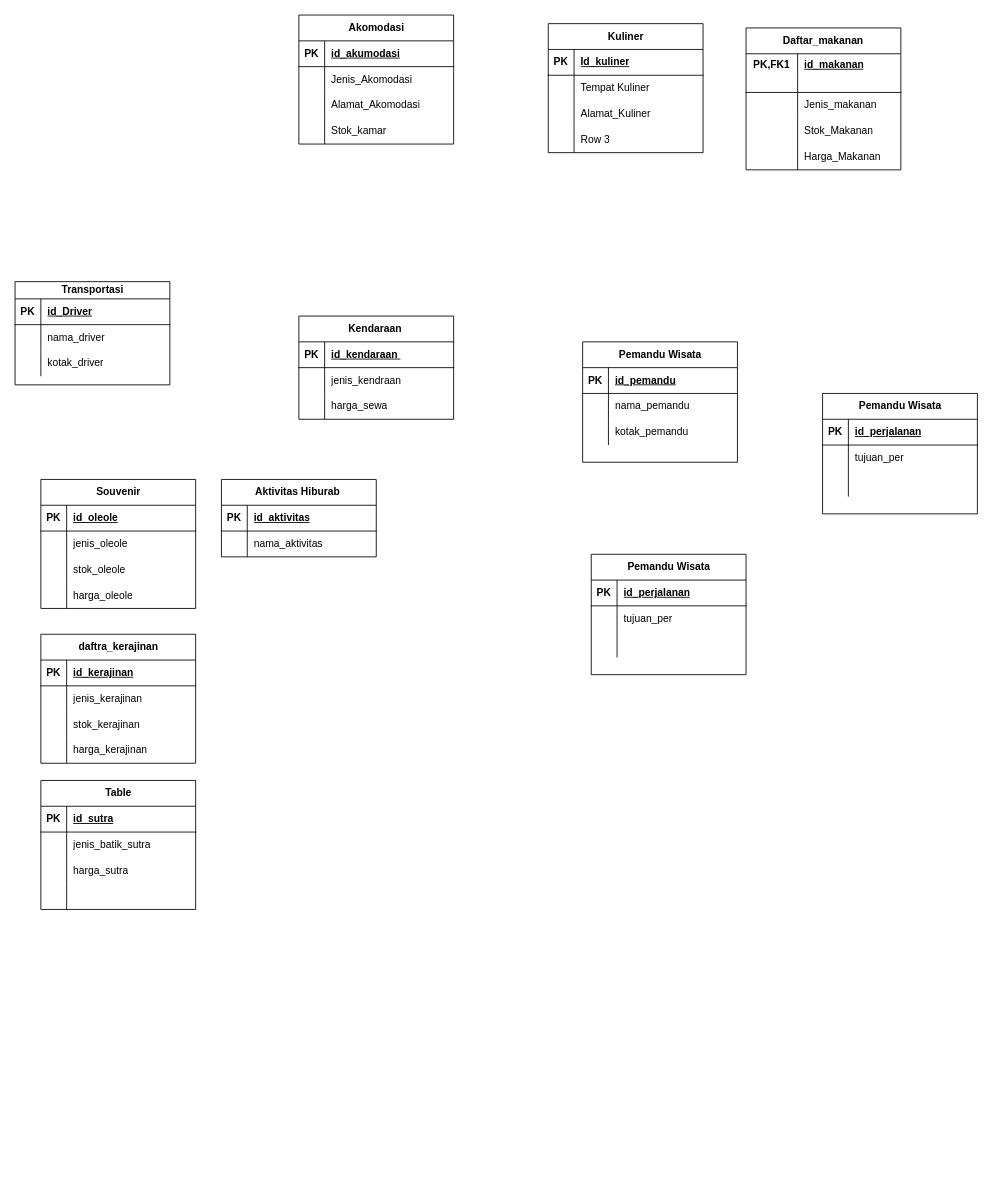
This is Diagram Tanpa Judul.drawio from NayaRPL/78, a draw.io file, before an edit. Source tidied: cells renumbered, new cells numbered last; positions are measured from the earlier drawing's top-left corner, leaving out a move shared by most shapes. Both pictures are drawn from the tidied source at 86%, with x=0, y=0 at pixel (15, 15).
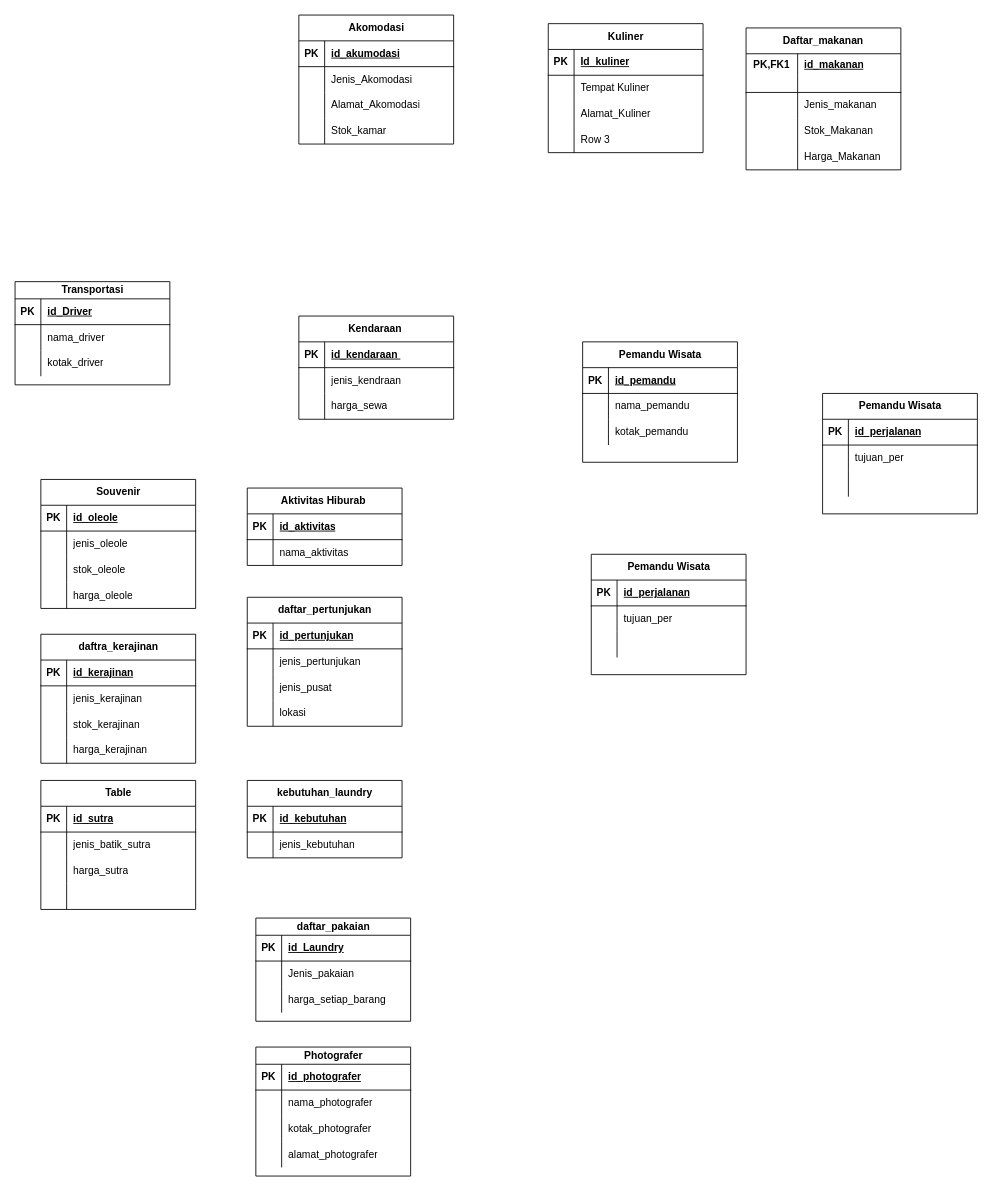
Above is the later version.

The edit, as a diff of the source:
```diff
@@
     <mxCell id="133" value="Aktivitas Hiburab&amp;nbsp;" style="shape=table;startSize=30;childLayout=tableLayout;rowLines=0;fontStyle=1;align=center;html=1;" parent="1" vertex="1">
-      <mxGeometry x="240" y="540" width="180" height="90" as="geometry" />
+      <mxGeometry x="270" y="550" width="180" height="90" as="geometry" />
     </mxCell>
@@
+    <mxCell id="140" value="daftar_pertunjukan" style="shape=table;startSize=30;childLayout=tableLayout;rowLines=0;fontStyle=1;align=center;html=1;" parent="1" vertex="1">
+      <mxGeometry x="270" y="677" width="180" height="150" as="geometry" />
+    </mxCell>
+    <mxCell id="141" style="shape=tableRow;horizontal=0;startSize=0;swimlaneHead=0;swimlaneBody=0;fillColor=none;top=0;left=0;right=0;bottom=1;" parent="140" vertex="1">
+      <mxGeometry y="30" width="180" height="30" as="geometry" />
+    </mxCell>
+    <mxCell id="142" value="PK" style="shape=partialRectangle;fillColor=none;top=0;left=0;bottom=0;right=0;fontStyle=1;overflow=hidden;whiteSpace=wrap;html=1;" parent="141" vertex="1">
+      <mxGeometry width="30" height="30" as="geometry" />
+    </mxCell>
+    <mxCell id="143" value="id_pertunjukan" style="shape=partialRectangle;fillColor=none;top=0;left=0;bottom=0;right=0;align=left;spacingLeft=6;fontStyle=5;overflow=hidden;whiteSpace=wrap;html=1;" parent="141" vertex="1">
+      <mxGeometry x="30" width="150" height="30" as="geometry" />
+    </mxCell>
+    <mxCell id="144" style="shape=tableRow;horizontal=0;startSize=0;swimlaneHead=0;swimlaneBody=0;fillColor=none;top=0;left=0;right=0;bottom=0;" parent="140" vertex="1">
+      <mxGeometry y="60" width="180" height="30" as="geometry" />
+    </mxCell>
+    <mxCell id="145" style="shape=partialRectangle;fillColor=none;top=0;left=0;bottom=0;right=0;overflow=hidden;whiteSpace=wrap;html=1;" parent="144" vertex="1">
+      <mxGeometry width="30" height="30" as="geometry" />
+    </mxCell>
+    <mxCell id="146" value="jenis_pertunjukan" style="shape=partialRectangle;fillColor=none;top=0;left=0;bottom=0;right=0;align=left;spacingLeft=6;overflow=hidden;whiteSpace=wrap;html=1;" parent="144" vertex="1">
+      <mxGeometry x="30" width="150" height="30" as="geometry" />
+    </mxCell>
+    <mxCell id="147" style="shape=tableRow;horizontal=0;startSize=0;swimlaneHead=0;swimlaneBody=0;fillColor=none;top=0;left=0;right=0;bottom=0;" parent="140" vertex="1">
+      <mxGeometry y="90" width="180" height="30" as="geometry" />
+    </mxCell>
+    <mxCell id="148" style="shape=partialRectangle;fillColor=none;top=0;left=0;bottom=0;right=0;overflow=hidden;whiteSpace=wrap;html=1;" parent="147" vertex="1">
+      <mxGeometry width="30" height="30" as="geometry" />
+    </mxCell>
+    <mxCell id="149" value="jenis_pusat" style="shape=partialRectangle;fillColor=none;top=0;left=0;bottom=0;right=0;align=left;spacingLeft=6;overflow=hidden;whiteSpace=wrap;html=1;" parent="147" vertex="1">
+      <mxGeometry x="30" width="150" height="30" as="geometry" />
+    </mxCell>
+    <mxCell id="150" style="shape=tableRow;horizontal=0;startSize=0;swimlaneHead=0;swimlaneBody=0;fillColor=none;top=0;left=0;right=0;bottom=0;" parent="140" vertex="1">
+      <mxGeometry y="120" width="180" height="30" as="geometry" />
+    </mxCell>
+    <mxCell id="151" style="shape=partialRectangle;fillColor=none;top=0;left=0;bottom=0;right=0;overflow=hidden;whiteSpace=wrap;html=1;" parent="150" vertex="1">
+      <mxGeometry width="30" height="30" as="geometry" />
+    </mxCell>
+    <mxCell id="152" value="lokasi" style="shape=partialRectangle;fillColor=none;top=0;left=0;bottom=0;right=0;align=left;spacingLeft=6;overflow=hidden;whiteSpace=wrap;html=1;" parent="150" vertex="1">
+      <mxGeometry x="30" width="150" height="30" as="geometry" />
+    </mxCell>
+    <mxCell id="153" value="kebutuhan_laundry" style="shape=table;startSize=30;childLayout=tableLayout;rowLines=0;fontStyle=1;align=center;html=1;" parent="1" vertex="1">
+      <mxGeometry x="270" y="890" width="180" height="90" as="geometry" />
+    </mxCell>
+    <mxCell id="154" style="shape=tableRow;horizontal=0;startSize=0;swimlaneHead=0;swimlaneBody=0;fillColor=none;top=0;left=0;right=0;bottom=1;" parent="153" vertex="1">
+      <mxGeometry y="30" width="180" height="30" as="geometry" />
+    </mxCell>
+    <mxCell id="155" value="PK" style="shape=partialRectangle;fillColor=none;top=0;left=0;bottom=0;right=0;fontStyle=1;overflow=hidden;whiteSpace=wrap;html=1;" parent="154" vertex="1">
+      <mxGeometry width="30" height="30" as="geometry" />
+    </mxCell>
+    <mxCell id="156" value="id_kebutuhan" style="shape=partialRectangle;fillColor=none;top=0;left=0;bottom=0;right=0;align=left;spacingLeft=6;fontStyle=5;overflow=hidden;whiteSpace=wrap;html=1;" parent="154" vertex="1">
+      <mxGeometry x="30" width="150" height="30" as="geometry" />
+    </mxCell>
+    <mxCell id="157" style="shape=tableRow;horizontal=0;startSize=0;swimlaneHead=0;swimlaneBody=0;fillColor=none;top=0;left=0;right=0;bottom=0;" parent="153" vertex="1">
+      <mxGeometry y="60" width="180" height="30" as="geometry" />
+    </mxCell>
+    <mxCell id="158" style="shape=partialRectangle;fillColor=none;top=0;left=0;bottom=0;right=0;overflow=hidden;whiteSpace=wrap;html=1;" parent="157" vertex="1">
+      <mxGeometry width="30" height="30" as="geometry" />
+    </mxCell>
+    <mxCell id="159" value="jenis_kebutuhan" style="shape=partialRectangle;fillColor=none;top=0;left=0;bottom=0;right=0;align=left;spacingLeft=6;overflow=hidden;whiteSpace=wrap;html=1;" parent="157" vertex="1">
+      <mxGeometry x="30" width="150" height="30" as="geometry" />
+    </mxCell>
+    <mxCell id="160" value="daftar_pakaian" style="shape=table;startSize=20;childLayout=tableLayout;rowLines=0;fontStyle=1;align=center;html=1;" parent="1" vertex="1">
+      <mxGeometry x="280" y="1050" width="180" height="120" as="geometry" />
+    </mxCell>
+    <mxCell id="161" style="shape=tableRow;horizontal=0;startSize=0;swimlaneHead=0;swimlaneBody=0;fillColor=none;top=0;left=0;right=0;bottom=1;" parent="160" vertex="1">
+      <mxGeometry y="20" width="180" height="30" as="geometry" />
+    </mxCell>
+    <mxCell id="162" value="PK" style="shape=partialRectangle;fillColor=none;top=0;left=0;bottom=0;right=0;fontStyle=1;overflow=hidden;whiteSpace=wrap;html=1;" parent="161" vertex="1">
+      <mxGeometry width="30" height="30" as="geometry" />
+    </mxCell>
+    <mxCell id="163" value="id_Laundry" style="shape=partialRectangle;fillColor=none;top=0;left=0;bottom=0;right=0;align=left;spacingLeft=6;fontStyle=5;overflow=hidden;whiteSpace=wrap;html=1;" parent="161" vertex="1">
+      <mxGeometry x="30" width="150" height="30" as="geometry" />
+    </mxCell>
+    <mxCell id="164" style="shape=tableRow;horizontal=0;startSize=0;swimlaneHead=0;swimlaneBody=0;fillColor=none;top=0;left=0;right=0;bottom=0;" parent="160" vertex="1">
+      <mxGeometry y="50" width="180" height="30" as="geometry" />
+    </mxCell>
+    <mxCell id="165" style="shape=partialRectangle;fillColor=none;top=0;left=0;bottom=0;right=0;overflow=hidden;whiteSpace=wrap;html=1;" parent="164" vertex="1">
+      <mxGeometry width="30" height="30" as="geometry" />
+    </mxCell>
+    <mxCell id="166" value="Jenis_pakaian&amp;nbsp;" style="shape=partialRectangle;fillColor=none;top=0;left=0;bottom=0;right=0;align=left;spacingLeft=6;overflow=hidden;whiteSpace=wrap;html=1;" parent="164" vertex="1">
+      <mxGeometry x="30" width="150" height="30" as="geometry" />
+    </mxCell>
+    <mxCell id="167" style="shape=tableRow;horizontal=0;startSize=0;swimlaneHead=0;swimlaneBody=0;fillColor=none;top=0;left=0;right=0;bottom=0;" parent="160" vertex="1">
+      <mxGeometry y="80" width="180" height="30" as="geometry" />
+    </mxCell>
+    <mxCell id="168" style="shape=partialRectangle;fillColor=none;top=0;left=0;bottom=0;right=0;overflow=hidden;whiteSpace=wrap;html=1;" parent="167" vertex="1">
+      <mxGeometry width="30" height="30" as="geometry" />
+    </mxCell>
+    <mxCell id="169" value="harga_setiap_barang" style="shape=partialRectangle;fillColor=none;top=0;left=0;bottom=0;right=0;align=left;spacingLeft=6;overflow=hidden;whiteSpace=wrap;html=1;" parent="167" vertex="1">
+      <mxGeometry x="30" width="150" height="30" as="geometry" />
+    </mxCell>
+    <mxCell id="170" value="Photografer" style="shape=table;startSize=20;childLayout=tableLayout;rowLines=0;fontStyle=1;align=center;html=1;" parent="1" vertex="1">
+      <mxGeometry x="280" y="1200" width="180" height="150" as="geometry" />
+    </mxCell>
+    <mxCell id="171" style="shape=tableRow;horizontal=0;startSize=0;swimlaneHead=0;swimlaneBody=0;fillColor=none;top=0;left=0;right=0;bottom=1;" parent="170" vertex="1">
+      <mxGeometry y="20" width="180" height="30" as="geometry" />
+    </mxCell>
+    <mxCell id="172" value="PK" style="shape=partialRectangle;fillColor=none;top=0;left=0;bottom=0;right=0;fontStyle=1;overflow=hidden;whiteSpace=wrap;html=1;" parent="171" vertex="1">
+      <mxGeometry width="30" height="30" as="geometry" />
+    </mxCell>
+    <mxCell id="173" value="id_photografer" style="shape=partialRectangle;fillColor=none;top=0;left=0;bottom=0;right=0;align=left;spacingLeft=6;fontStyle=5;overflow=hidden;whiteSpace=wrap;html=1;" parent="171" vertex="1">
+      <mxGeometry x="30" width="150" height="30" as="geometry" />
+    </mxCell>
+    <mxCell id="174" style="shape=tableRow;horizontal=0;startSize=0;swimlaneHead=0;swimlaneBody=0;fillColor=none;top=0;left=0;right=0;bottom=0;" parent="170" vertex="1">
+      <mxGeometry y="50" width="180" height="30" as="geometry" />
+    </mxCell>
+    <mxCell id="175" style="shape=partialRectangle;fillColor=none;top=0;left=0;bottom=0;right=0;overflow=hidden;whiteSpace=wrap;html=1;" parent="174" vertex="1">
+      <mxGeometry width="30" height="30" as="geometry" />
+    </mxCell>
+    <mxCell id="176" value="nama_photografer" style="shape=partialRectangle;fillColor=none;top=0;left=0;bottom=0;right=0;align=left;spacingLeft=6;overflow=hidden;whiteSpace=wrap;html=1;" parent="174" vertex="1">
+      <mxGeometry x="30" width="150" height="30" as="geometry" />
+    </mxCell>
+    <mxCell id="177" style="shape=tableRow;horizontal=0;startSize=0;swimlaneHead=0;swimlaneBody=0;fillColor=none;top=0;left=0;right=0;bottom=0;" parent="170" vertex="1">
+      <mxGeometry y="80" width="180" height="30" as="geometry" />
+    </mxCell>
+    <mxCell id="178" style="shape=partialRectangle;fillColor=none;top=0;left=0;bottom=0;right=0;overflow=hidden;whiteSpace=wrap;html=1;" parent="177" vertex="1">
+      <mxGeometry width="30" height="30" as="geometry" />
+    </mxCell>
+    <mxCell id="179" value="kotak_photografer" style="shape=partialRectangle;fillColor=none;top=0;left=0;bottom=0;right=0;align=left;spacingLeft=6;overflow=hidden;whiteSpace=wrap;html=1;" parent="177" vertex="1">
+      <mxGeometry x="30" width="150" height="30" as="geometry" />
+    </mxCell>
+    <mxCell id="180" style="shape=tableRow;horizontal=0;startSize=0;swimlaneHead=0;swimlaneBody=0;fillColor=none;top=0;left=0;right=0;bottom=0;" parent="170" vertex="1">
+      <mxGeometry y="110" width="180" height="30" as="geometry" />
+    </mxCell>
+    <mxCell id="181" style="shape=partialRectangle;fillColor=none;top=0;left=0;bottom=0;right=0;overflow=hidden;whiteSpace=wrap;html=1;" parent="180" vertex="1">
+      <mxGeometry width="30" height="30" as="geometry" />
+    </mxCell>
+    <mxCell id="182" value="alamat_photografer" style="shape=partialRectangle;fillColor=none;top=0;left=0;bottom=0;right=0;align=left;spacingLeft=6;overflow=hidden;whiteSpace=wrap;html=1;" parent="180" vertex="1">
+      <mxGeometry x="30" width="150" height="30" as="geometry" />
+    </mxCell>
```
